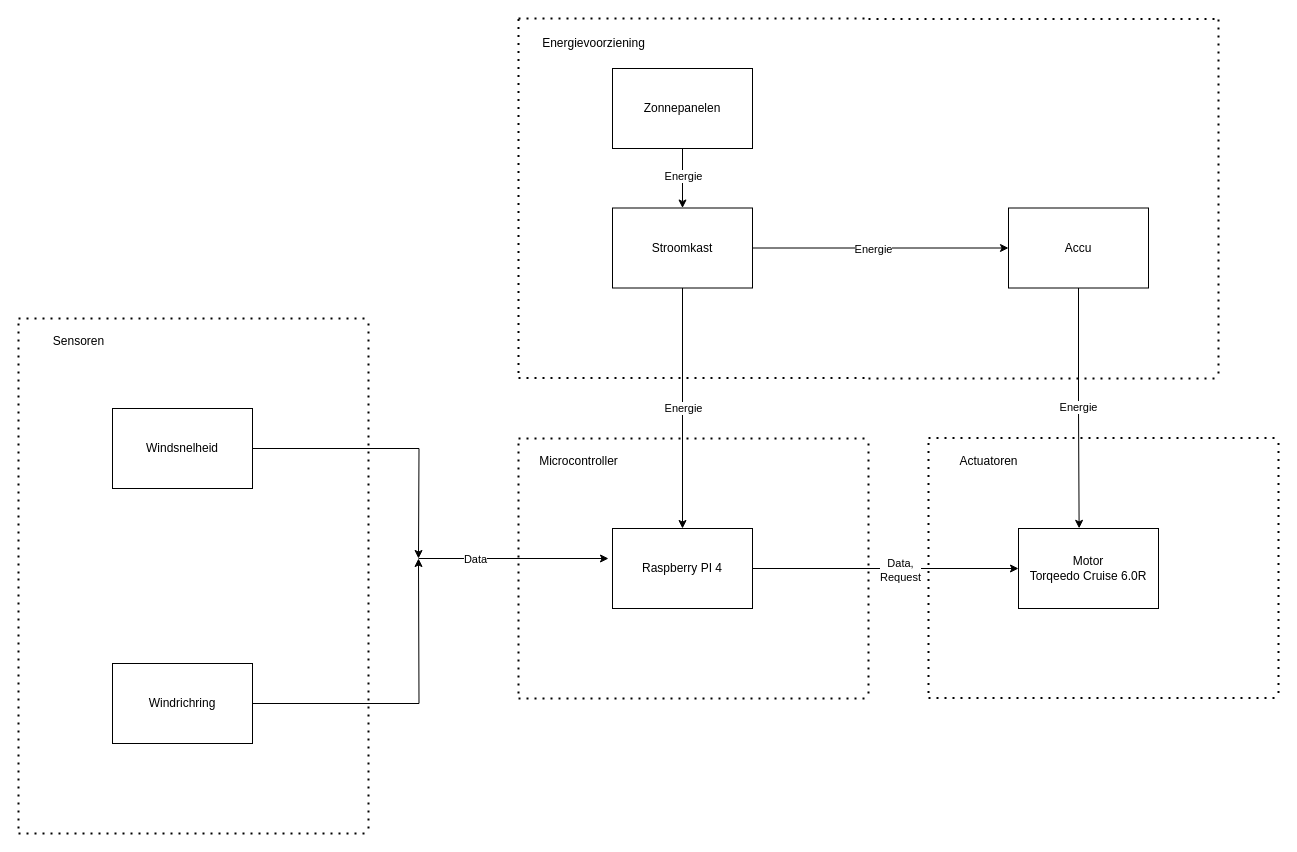
Earlier version of the draw.io diagram documentatie/ontwerpen/Architectuur ontwerpen/ArchitectuurOntwerpEind.drawio (merelvdleeden/plastic_vanger). Source tidied: cells renumbered, new cells numbered last; positions are measured from the earlier drawing's top-left corner, leaving out a move shared by most shapes. Both pictures are drawn from the tidied source at 100%, with x=0, y=0 at pixel (18, 18).
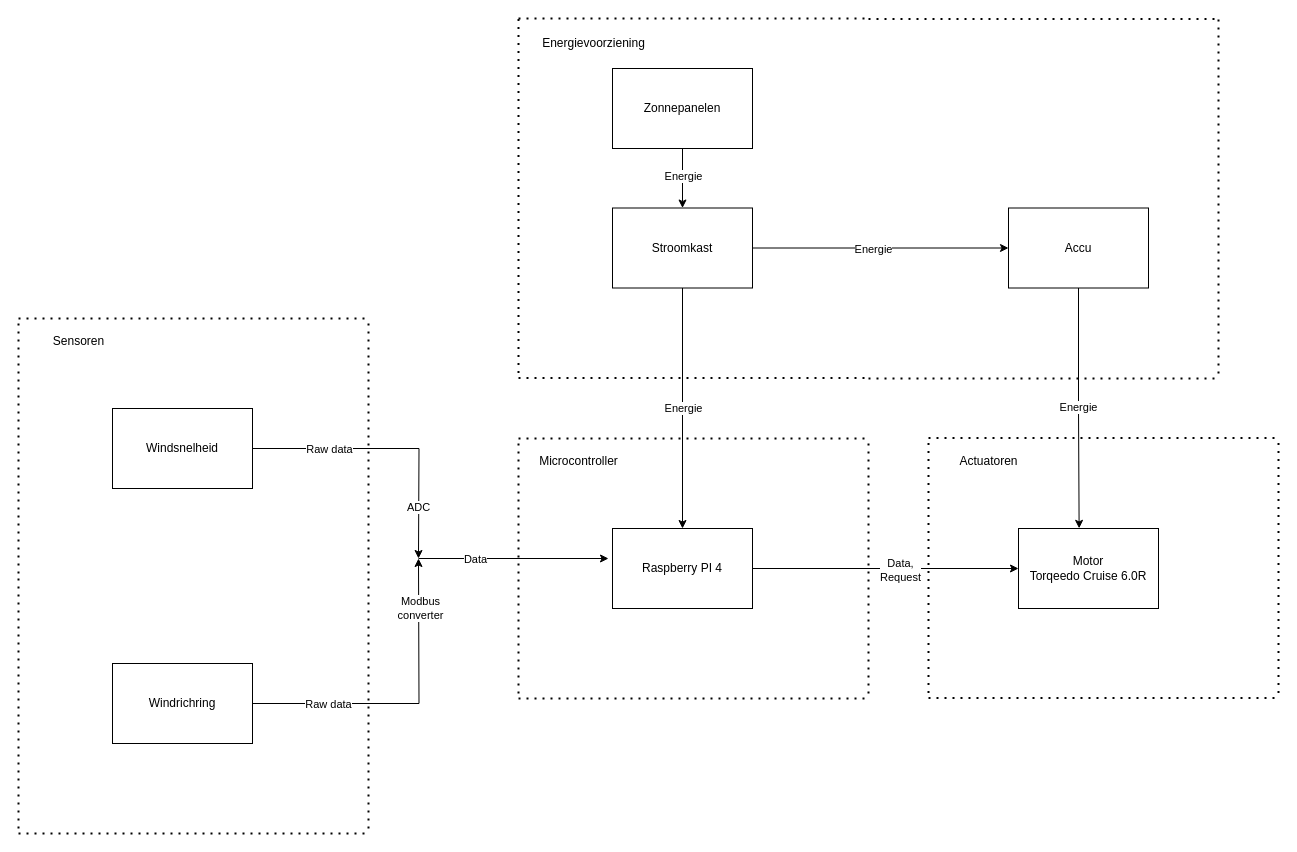
The same page after the edit.

Unchanged cells that the change refers to:
```xml
<mxCell id="31" style="edgeStyle=orthogonalEdgeStyle;rounded=0;jettySize=auto;html=1;" parent="1" edge="1" source="32">
  <mxGeometry relative="1" as="geometry">
    <mxPoint x="400" y="540" as="targetPoint" />
  </mxGeometry>
</mxCell>
<mxCell id="37" style="edgeStyle=orthogonalEdgeStyle;rounded=0;jettySize=auto;html=1;" parent="1" edge="1" source="38">
  <mxGeometry relative="1" as="geometry">
    <mxPoint x="400" y="540" as="targetPoint" />
  </mxGeometry>
</mxCell>
```

What changed in the source:
```diff
@@
-    <mxCell id="22" value="Energievoorziening" style="text;html=1;align=center;verticalAlign=middle;strokeColor=none;fillColor=none;" parent="1" vertex="1">
+    <mxCell id="22" value="Energ&lt;span style=&quot;background-color: transparent; color: light-dark(rgb(0, 0, 0), rgb(255, 255, 255));&quot;&gt;ievoorziening&lt;/span&gt;" style="text;html=1;align=center;verticalAlign=middle;strokeColor=none;fillColor=none;" parent="1" vertex="1">
       <mxGeometry x="510" y="10" width="130" height="30" as="geometry" />
     </mxCell>
@@
+    <mxCell id="47" value="Raw data" style="edgeLabel;html=1;align=center;verticalAlign=middle;" parent="31" vertex="1">
+      <mxGeometry x="-0.45" relative="1" as="geometry" />
+    </mxCell>
+    <mxCell id="48" value="ADC" style="edgeLabel;html=1;align=center;verticalAlign=middle;" parent="31" vertex="1">
+      <mxGeometry x="0.63" y="-1" relative="1" as="geometry" />
+    </mxCell>
@@
+    <mxCell id="49" value="Raw data" style="edgeLabel;html=1;align=center;verticalAlign=middle;" parent="37" vertex="1">
+      <mxGeometry x="-0.52" relative="1" as="geometry" />
+    </mxCell>
+    <mxCell id="50" value="Modbus&lt;div&gt;converter&lt;/div&gt;" style="edgeLabel;html=1;align=center;verticalAlign=middle;" parent="37" vertex="1">
+      <mxGeometry x="0.68" y="-1" relative="1" as="geometry" />
+    </mxCell>
```
